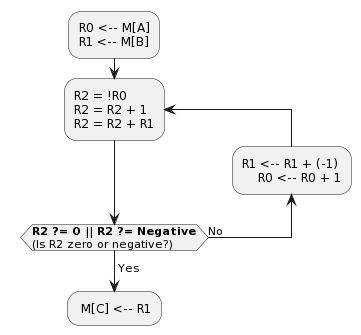
This is flowcharts/1st assignment flowchart.png from YesSeri/first-assignment-machine-programming, a PlantUML export, as it was before one commit.
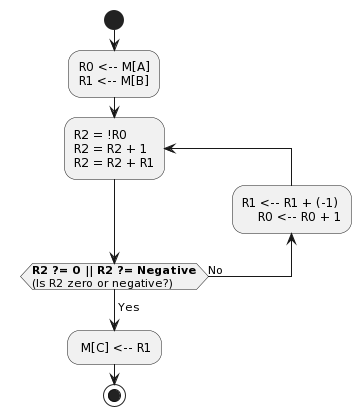
After the commit.

Diff of the diagram source:
```diff
@@ -1,4 +1,6 @@
 @startuml
+start
+
 :R0 <-- M[A]\nR1 <-- M[B];
 
 repeat:R2 = !R0\nR2 = R2 + 1\nR2 = R2 + R1;
@@ -10,4 +12,6 @@
     (Is R2 zero or negative?)) is (No)
 -> Yes;
 : M[C] <-- R1;
-@enduml
+stop
+
+@endum
```
